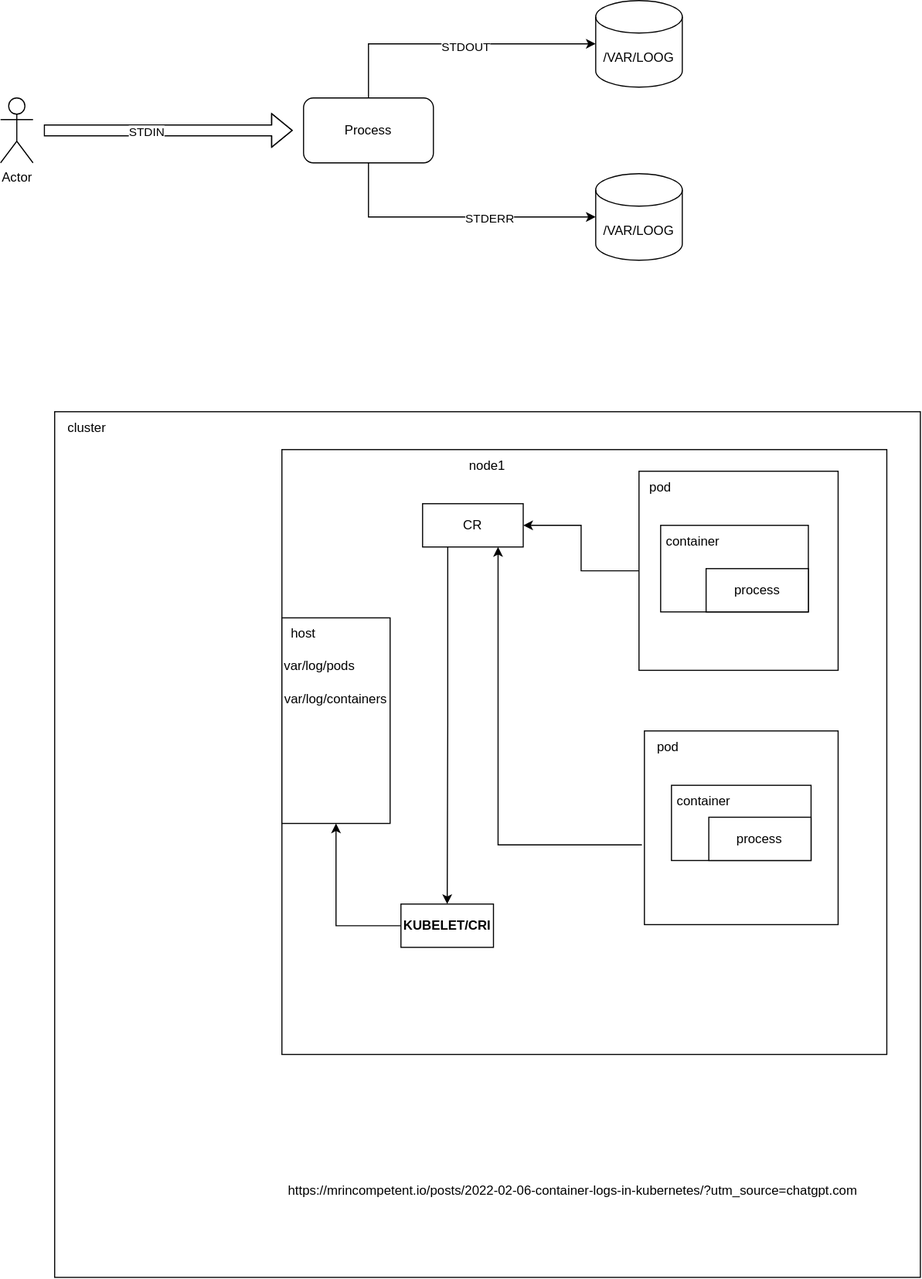
Above: infrastructure/log-storage-node.drawio.svg in jottakayo/topology-diagrams (draw.io), before the change. Source tidied: cells renumbered, new cells last; positions are measured from the earlier drawing's top-left corner, leaving out a move shared by most shapes.
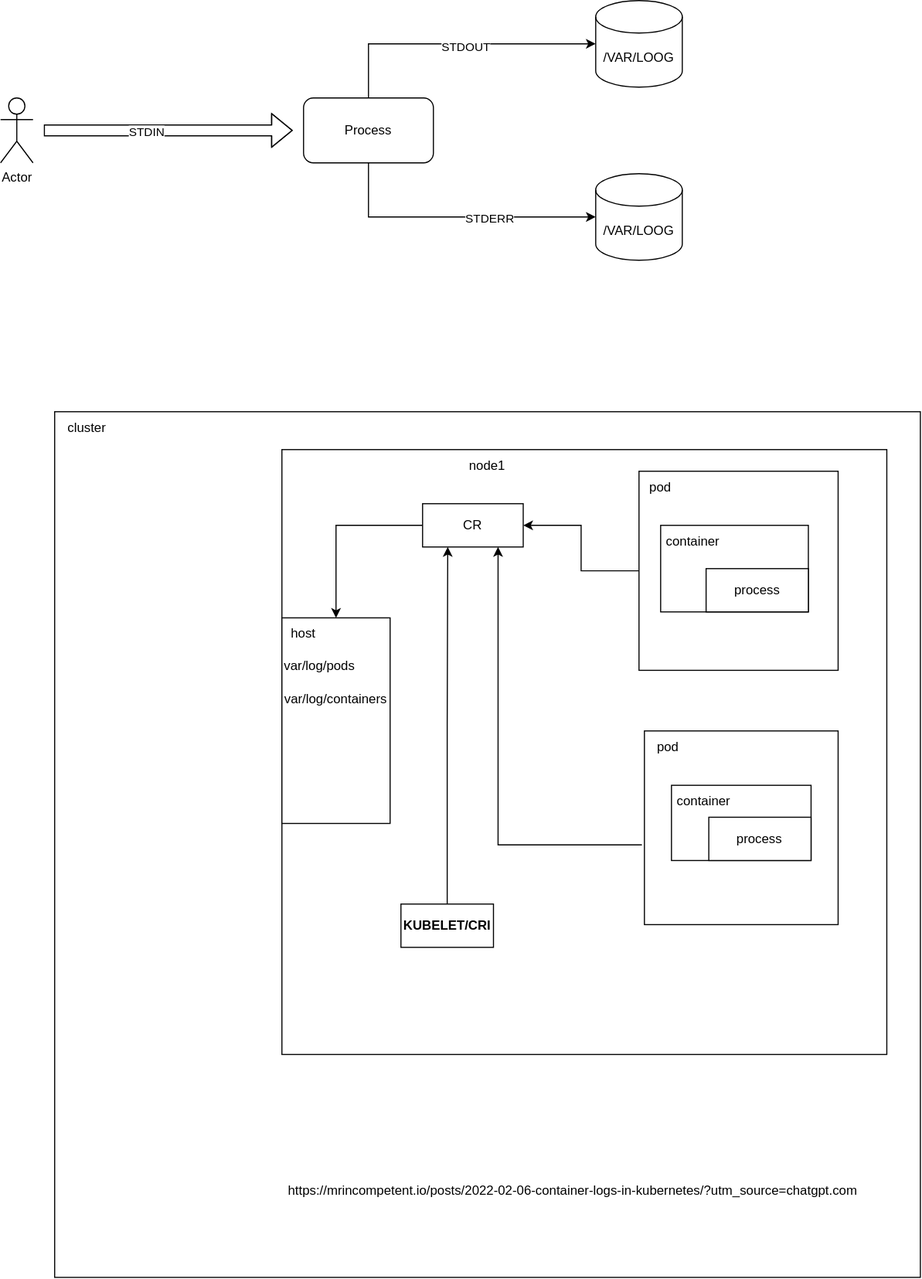
The same file after the commit.

Diff of the diagram source:
```diff
@@ -20,7 +20,7 @@
     <mxCell id="7" value="host" style="text;html=1;align=center;verticalAlign=middle;whiteSpace=wrap;rounded=0;" parent="1" vertex="1">
       <mxGeometry x="250" y="570.5" width="60" height="30" as="geometry" />
     </mxCell>
-    <mxCell id="8" style="edgeStyle=orthogonalEdgeStyle;rounded=0;jettySize=auto;html=1;exitX=0;exitY=0.5;exitDx=0;exitDy=0;entryX=0.5;entryY=1;entryDx=0;entryDy=0;" parent="1" edge="1" source="9" target="6">
+    <mxCell id="8" style="edgeStyle=orthogonalEdgeStyle;rounded=0;jettySize=auto;html=1;exitX=0.5;exitY=0;exitDx=0;exitDy=0;entryX=0.25;entryY=1;entryDx=0;entryDy=0;" parent="1" edge="1" source="9" target="16">
       <mxGeometry relative="1" as="geometry" />
     </mxCell>
     <mxCell id="9" value="&lt;b&gt;KUBELET/CRI&lt;/b&gt;" style="rounded=0;whiteSpace=wrap;html=1;" parent="1" vertex="1">
@@ -41,9 +41,9 @@
     <mxCell id="14" style="whiteSpace=wrap;html=1;" parent="1" vertex="1">
       <mxGeometry x="590" y="435" width="184" height="184" as="geometry" />
     </mxCell>
-    <mxCell id="15" style="edgeStyle=orthogonalEdgeStyle;rounded=0;jettySize=auto;html=1;entryX=0.5;entryY=0;entryDx=0;entryDy=0;exitX=0.25;exitY=1;exitDx=0;exitDy=0;" parent="1" edge="1" source="16" target="9">
-      <mxGeometry relative="1" as="geometry" />
-    </mxCell>
+    <mxCell id="37" style="edgeStyle=orthogonalEdgeStyle;rounded=0;jettySize=auto;html=1;entryX=1;entryY=0;entryDx=0;entryDy=0;" parent="1" edge="1" source="16" target="7">
+      <mxGeometry relative="1" as="geometry" />
+    </mxCell>
     <mxCell id="16" value="CR" style="rounded=0;whiteSpace=wrap;html=1;" parent="1" vertex="1">
       <mxGeometry x="390" y="465" width="93" height="40" as="geometry" />
     </mxCell>
```
